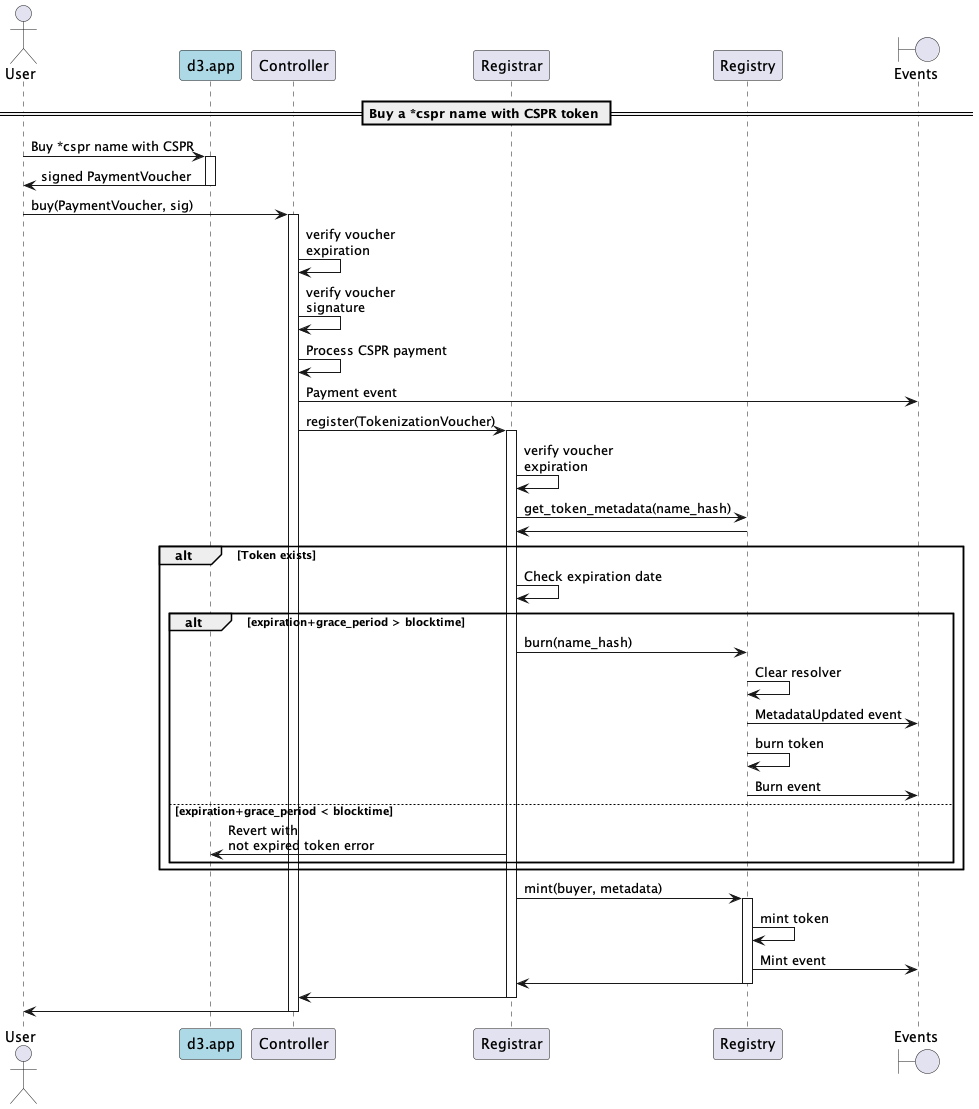
Before: docs/sequence-diagrams/puml/onchain-purchase.png, a diagram exported from PlantUML (make-software/cspr-name-contracts).
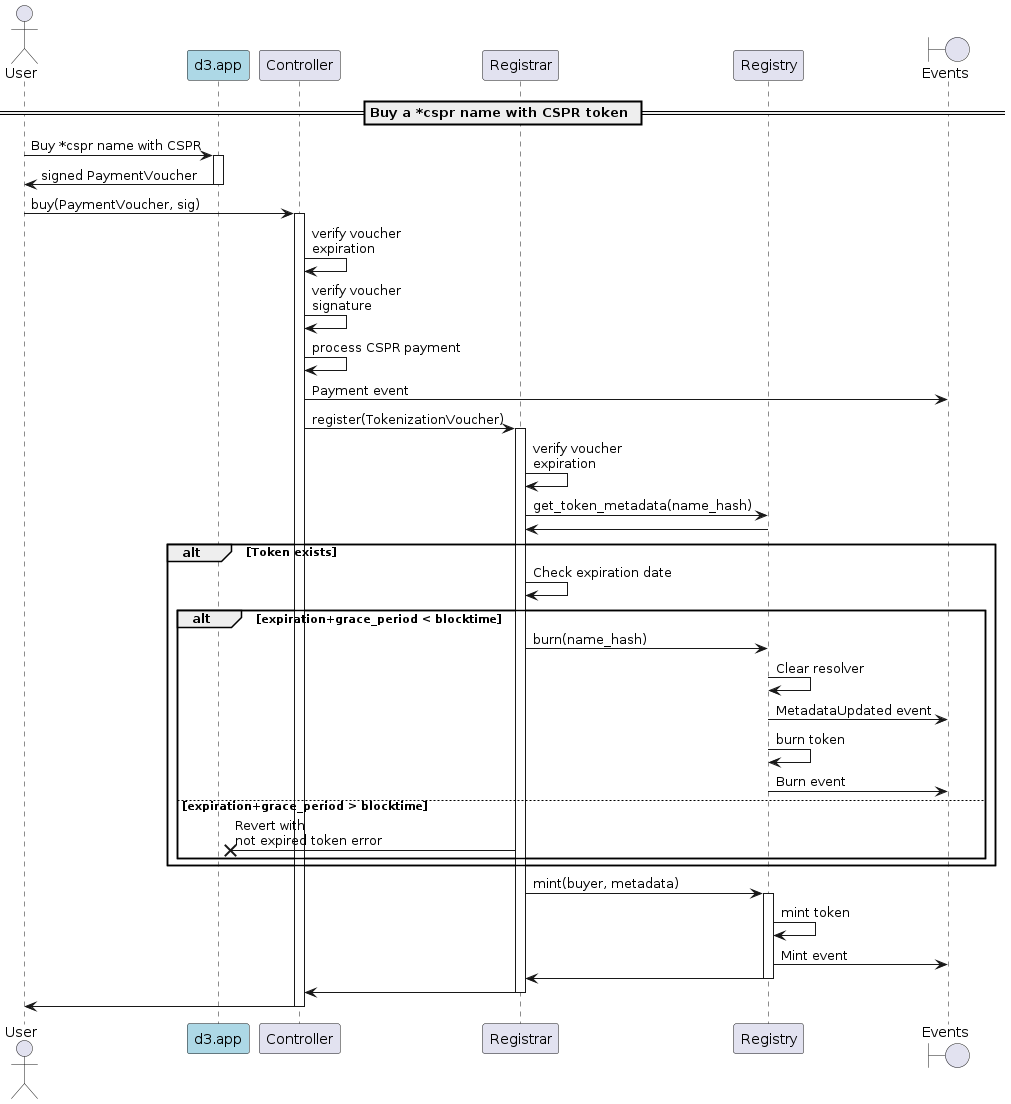
Later version of the same file.

Change to the diagram source:
```diff
@@ -18,7 +18,7 @@
 activate Controller
 Controller -> Controller: verify voucher\nexpiration
 Controller -> Controller: verify voucher\nsignature
-Controller -> Controller: Process CSPR payment
+Controller -> Controller: process CSPR payment
 Controller -> "Events": Payment event
 Controller -> Registrar: register(TokenizationVoucher)
 activate Registrar
@@ -27,14 +27,14 @@
 Registry -> Registrar
 alt Token exists
     Registrar -> Registrar: Check expiration date
-    alt expiration+grace_period > blocktime
+    alt expiration+grace_period < blocktime
         Registrar -> Registry: burn(name_hash)
         Registry -> Registry: Clear resolver
         Registry -> "Events": MetadataUpdated event
         Registry -> Registry: burn token
         Registry -> "Events": Burn event
-    else expiration+grace_period < blocktime
-        Registrar -> d3: Revert with\nnot expired token error
+    else expiration+grace_period > blocktime
+        Registrar ->x d3: Revert with\nnot expired token error
     end
 end
 Registrar -> Registry: mint(buyer, metadata)
```
